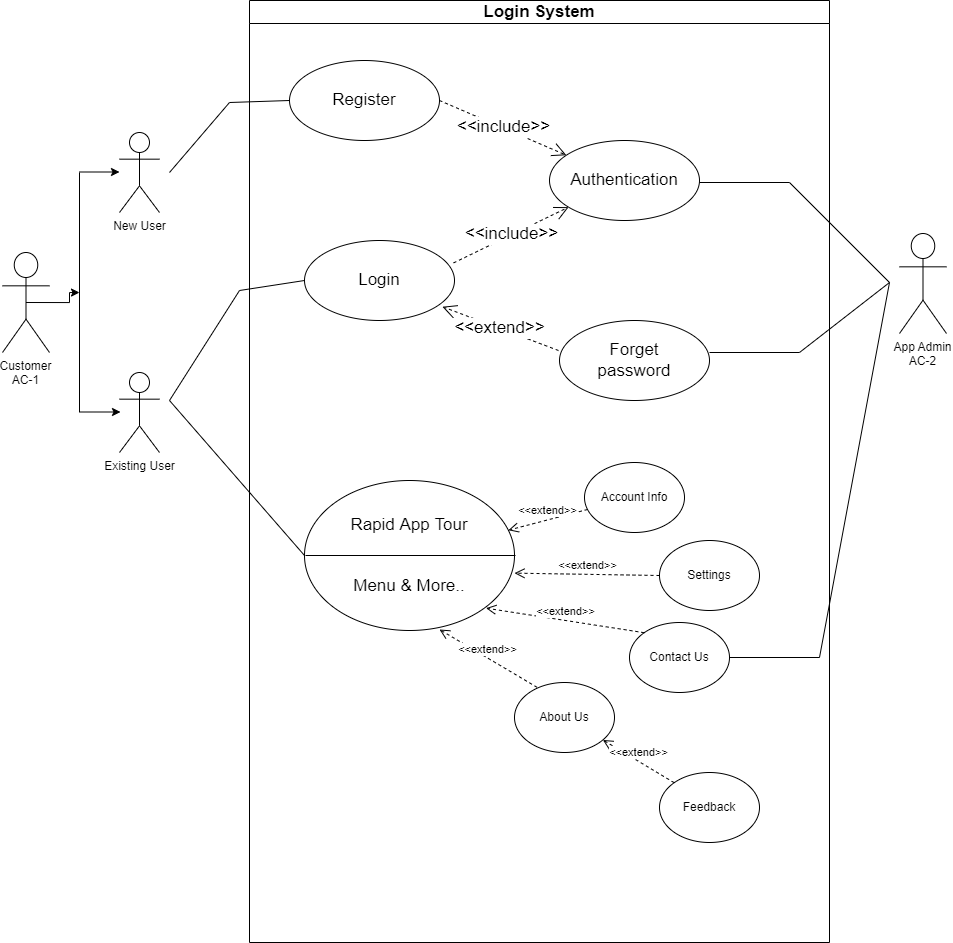
Before: Login_form.drawio.png, a diagram exported from draw.io (BhavishyaBhojwani/Event-Management-System). Source tidied: cells renumbered, new cells last; positions are measured from the earlier drawing's top-left corner, leaving out a move shared by most shapes. Its diagram source:
```xml
<mxGraphModel>
  <root>
    <mxCell id="0" />
    <mxCell id="1" parent="0" />
    <mxCell id="2" style="edgeStyle=orthogonalEdgeStyle;rounded=0;jettySize=auto;html=1;exitX=0.5;exitY=0.5;exitDx=0;exitDy=0;exitPerimeter=0;" parent="1" edge="1" source="3">
      <mxGeometry relative="1" as="geometry">
        <mxPoint x="77" y="292" as="targetPoint" />
      </mxGeometry>
    </mxCell>
    <mxCell id="3" value="Customer&#10;AC-1" style="shape=umlActor;verticalLabelPosition=bottom;verticalAlign=top;outlineConnect=0;" parent="1" vertex="1">
      <mxGeometry y="252" width="47" height="100" as="geometry" />
    </mxCell>
    <mxCell id="4" value="New User" style="shape=umlActor;verticalLabelPosition=bottom;verticalAlign=top;html=1;" parent="1" vertex="1">
      <mxGeometry x="117" y="132" width="40" height="80" as="geometry" />
    </mxCell>
    <mxCell id="5" value="Existing User" style="shape=umlActor;verticalLabelPosition=bottom;verticalAlign=top;html=1;" parent="1" vertex="1">
      <mxGeometry x="117" y="372" width="40" height="80" as="geometry" />
    </mxCell>
    <mxCell id="6" style="endArrow=none;html=1;rounded=0;" parent="1" edge="1">
      <mxGeometry relative="1" as="geometry">
        <mxPoint x="77" y="412" as="sourcePoint" />
        <mxPoint x="77" y="172" as="targetPoint" />
      </mxGeometry>
    </mxCell>
    <mxCell id="7" style="endArrow=classic;html=1;rounded=0;" parent="1" edge="1">
      <mxGeometry relative="1" as="geometry">
        <mxPoint x="77" y="171.5" as="sourcePoint" />
        <mxPoint x="117" y="171.5" as="targetPoint" />
      </mxGeometry>
    </mxCell>
    <mxCell id="8" style="endArrow=classic;html=1;rounded=0;" parent="1" edge="1">
      <mxGeometry relative="1" as="geometry">
        <mxPoint x="78" y="411.5" as="sourcePoint" />
        <mxPoint x="118" y="411.5" as="targetPoint" />
      </mxGeometry>
    </mxCell>
    <mxCell id="9" value="&lt;font style=&quot;font-size: 17px;&quot;&gt;Login System&lt;/font&gt;" style="swimlane;whiteSpace=wrap;html=1;align=center;startSize=23;" parent="1" vertex="1">
      <mxGeometry x="247" width="580" height="942" as="geometry" />
    </mxCell>
    <mxCell id="10" value="Register" style="ellipse;whiteSpace=wrap;html=1;fontSize=17;" parent="9" vertex="1">
      <mxGeometry x="40" y="60" width="150" height="80" as="geometry" />
    </mxCell>
    <mxCell id="11" value="Login" style="ellipse;whiteSpace=wrap;html=1;fontSize=17;" parent="9" vertex="1">
      <mxGeometry x="55" y="240" width="150" height="80" as="geometry" />
    </mxCell>
    <mxCell id="12" value="Authentication" style="ellipse;whiteSpace=wrap;html=1;fontSize=17;" parent="9" vertex="1">
      <mxGeometry x="300" y="140" width="150" height="80" as="geometry" />
    </mxCell>
    <mxCell id="13" value="Forget&lt;br&gt;password" style="ellipse;whiteSpace=wrap;html=1;fontSize=17;" parent="9" vertex="1">
      <mxGeometry x="310" y="320" width="150" height="80" as="geometry" />
    </mxCell>
    <mxCell id="14" value="&amp;lt;&amp;lt;include&amp;gt;&amp;gt;" style="endArrow=open;endSize=12;dashed=1;html=1;rounded=0;fontSize=17;exitX=0.994;exitY=0.28;exitDx=0;exitDy=0;exitPerimeter=0;" parent="9" edge="1" source="11" target="12">
      <mxGeometry relative="1" as="geometry" />
    </mxCell>
    <mxCell id="15" value="&amp;lt;&amp;lt;include&amp;gt;&amp;gt;" style="endArrow=open;endSize=12;dashed=1;html=1;rounded=0;fontSize=17;exitX=1;exitY=0.5;exitDx=0;exitDy=0;" parent="9" edge="1" source="10" target="12">
      <mxGeometry relative="1" as="geometry" />
    </mxCell>
    <mxCell id="16" value="&amp;lt;&amp;lt;extend&amp;gt;&amp;gt;" style="endArrow=open;endSize=12;dashed=1;html=1;rounded=0;fontSize=17;entryX=0.926;entryY=0.828;entryDx=0;entryDy=0;entryPerimeter=0;" parent="9" edge="1">
      <mxGeometry relative="1" as="geometry">
        <mxPoint x="309" y="350" as="sourcePoint" />
        <mxPoint x="192.9" y="306.2" as="targetPoint" />
      </mxGeometry>
    </mxCell>
    <mxCell id="17" style="endArrow=none;html=1;rounded=0;fontSize=17;" parent="9" edge="1">
      <mxGeometry relative="1" as="geometry">
        <mxPoint x="-80" y="172" as="sourcePoint" />
        <mxPoint x="40" y="100" as="targetPoint" />
        <Array as="points">
          <mxPoint x="-20" y="102" />
        </Array>
      </mxGeometry>
    </mxCell>
    <mxCell id="18" style="endArrow=none;html=1;rounded=0;fontSize=17;exitX=0;exitY=0.5;exitDx=0;exitDy=0;" parent="9" edge="1" source="19">
      <mxGeometry relative="1" as="geometry">
        <mxPoint x="55" y="280" as="targetPoint" />
        <Array as="points">
          <mxPoint x="-80" y="400" />
          <mxPoint x="-10" y="290" />
        </Array>
      </mxGeometry>
    </mxCell>
    <mxCell id="19" value="Rapid App Tour&lt;br&gt;&lt;br&gt;&lt;br&gt;Menu &amp;amp; More.." style="ellipse;whiteSpace=wrap;html=1;fontSize=17;" parent="9" vertex="1">
      <mxGeometry x="55" y="480" width="210" height="150" as="geometry" />
    </mxCell>
    <mxCell id="20" style="endArrow=none;html=1;rounded=0;exitX=0;exitY=0.5;exitDx=0;exitDy=0;entryX=1;entryY=0.5;entryDx=0;entryDy=0;" parent="9" edge="1">
      <mxGeometry relative="1" as="geometry">
        <mxPoint x="56" y="555" as="sourcePoint" />
        <mxPoint x="266" y="555" as="targetPoint" />
      </mxGeometry>
    </mxCell>
    <mxCell id="21" value="&amp;lt;&amp;lt;extend&amp;gt;&amp;gt;" style="html=1;verticalAlign=bottom;endArrow=open;dashed=1;endSize=8;rounded=0;" parent="9" edge="1" source="22" target="19">
      <mxGeometry relative="1" as="geometry" />
    </mxCell>
    <mxCell id="22" value="Account Info" style="ellipse;whiteSpace=wrap;html=1;" parent="9" vertex="1">
      <mxGeometry x="335" y="462" width="100" height="70" as="geometry" />
    </mxCell>
    <mxCell id="23" value="Settings" style="ellipse;whiteSpace=wrap;html=1;" parent="9" vertex="1">
      <mxGeometry x="410" y="540" width="100" height="70" as="geometry" />
    </mxCell>
    <mxCell id="24" value="Contact Us" style="ellipse;whiteSpace=wrap;html=1;" parent="9" vertex="1">
      <mxGeometry x="380" y="622" width="100" height="70" as="geometry" />
    </mxCell>
    <mxCell id="25" value="About Us" style="ellipse;whiteSpace=wrap;html=1;" parent="9" vertex="1">
      <mxGeometry x="265" y="682" width="100" height="70" as="geometry" />
    </mxCell>
    <mxCell id="26" value="&amp;lt;&amp;lt;extend&amp;gt;&amp;gt;" style="html=1;verticalAlign=bottom;endArrow=open;dashed=1;endSize=8;rounded=0;exitX=0;exitY=0.5;exitDx=0;exitDy=0;" parent="9" edge="1" source="23">
      <mxGeometry relative="1" as="geometry">
        <mxPoint x="265" y="572.6" as="targetPoint" />
      </mxGeometry>
    </mxCell>
    <mxCell id="27" value="&amp;lt;&amp;lt;extend&amp;gt;&amp;gt;" style="html=1;verticalAlign=bottom;endArrow=open;dashed=1;endSize=8;rounded=0;exitX=0;exitY=0;exitDx=0;exitDy=0;" parent="9" edge="1" source="24">
      <mxGeometry relative="1" as="geometry">
        <mxPoint x="236.5" y="607.6" as="targetPoint" />
      </mxGeometry>
    </mxCell>
    <mxCell id="28" value="&amp;lt;&amp;lt;extend&amp;gt;&amp;gt;" style="html=1;verticalAlign=bottom;endArrow=open;dashed=1;endSize=8;rounded=0;exitX=0.226;exitY=0.069;exitDx=0;exitDy=0;exitPerimeter=0;" parent="9" edge="1" source="25">
      <mxGeometry relative="1" as="geometry">
        <mxPoint x="190" y="629" as="targetPoint" />
      </mxGeometry>
    </mxCell>
    <mxCell id="29" value="Feedback" style="ellipse;whiteSpace=wrap;html=1;" parent="9" vertex="1">
      <mxGeometry x="410" y="772" width="100" height="70" as="geometry" />
    </mxCell>
    <mxCell id="30" value="&amp;lt;&amp;lt;extend&amp;gt;&amp;gt;" style="html=1;verticalAlign=bottom;endArrow=open;dashed=1;endSize=8;rounded=0;exitX=0;exitY=0;exitDx=0;exitDy=0;" parent="9" edge="1" source="29" target="25">
      <mxGeometry relative="1" as="geometry" />
    </mxCell>
    <mxCell id="31" style="endArrow=none;html=1;rounded=0;" parent="9" edge="1">
      <mxGeometry relative="1" as="geometry">
        <mxPoint x="450" y="182" as="sourcePoint" />
        <mxPoint x="460" y="352" as="targetPoint" />
        <Array as="points">
          <mxPoint x="540" y="182" />
          <mxPoint x="640" y="282" />
          <mxPoint x="550" y="352" />
        </Array>
      </mxGeometry>
    </mxCell>
    <mxCell id="32" value="App Admin&#10;AC-2" style="shape=umlActor;verticalLabelPosition=bottom;verticalAlign=top;" parent="1" vertex="1">
      <mxGeometry x="897" y="233" width="47" height="100" as="geometry" />
    </mxCell>
    <mxCell id="33" style="endArrow=none;html=1;rounded=0;exitX=1;exitY=0.5;exitDx=0;exitDy=0;" parent="1" edge="1" source="24">
      <mxGeometry relative="1" as="geometry">
        <mxPoint x="887" y="282" as="targetPoint" />
        <Array as="points">
          <mxPoint x="817" y="657" />
        </Array>
      </mxGeometry>
    </mxCell>
  </root>
</mxGraphModel>
```
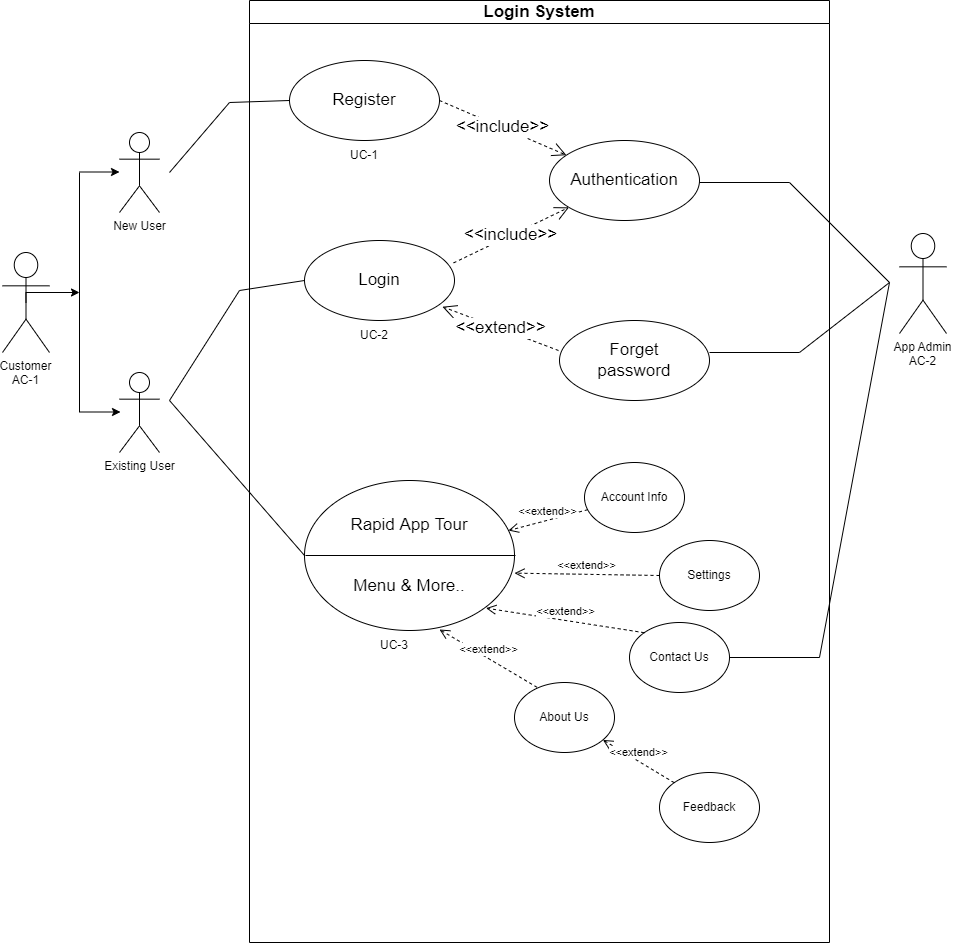
Later version of the same file.

The edit, as a diff of the source:
```diff
@@ -5,6 +5,9 @@
     <mxCell id="2" style="edgeStyle=orthogonalEdgeStyle;rounded=0;jettySize=auto;html=1;exitX=0.5;exitY=0.5;exitDx=0;exitDy=0;exitPerimeter=0;" parent="1" edge="1" source="3">
       <mxGeometry relative="1" as="geometry">
         <mxPoint x="77" y="292" as="targetPoint" />
+        <Array as="points">
+          <mxPoint x="24" y="292" />
+        </Array>
       </mxGeometry>
     </mxCell>
     <mxCell id="3" value="Customer&#10;AC-1" style="shape=umlActor;verticalLabelPosition=bottom;verticalAlign=top;outlineConnect=0;" parent="1" vertex="1">
@@ -135,6 +138,15 @@
         </Array>
       </mxGeometry>
     </mxCell>
+    <mxCell id="34" value="UC-1" style="text;html=1;strokeColor=none;fillColor=none;align=center;verticalAlign=middle;whiteSpace=wrap;rounded=0;" parent="9" vertex="1">
+      <mxGeometry x="85" y="140" width="60" height="30" as="geometry" />
+    </mxCell>
+    <mxCell id="35" value="UC-2" style="text;html=1;strokeColor=none;fillColor=none;align=center;verticalAlign=middle;whiteSpace=wrap;rounded=0;" parent="9" vertex="1">
+      <mxGeometry x="95" y="320" width="60" height="30" as="geometry" />
+    </mxCell>
+    <mxCell id="36" value="UC-3" style="text;html=1;strokeColor=none;fillColor=none;align=center;verticalAlign=middle;whiteSpace=wrap;rounded=0;" parent="9" vertex="1">
+      <mxGeometry x="115" y="630" width="60" height="30" as="geometry" />
+    </mxCell>
     <mxCell id="32" value="App Admin&#10;AC-2" style="shape=umlActor;verticalLabelPosition=bottom;verticalAlign=top;" parent="1" vertex="1">
       <mxGeometry x="897" y="233" width="47" height="100" as="geometry" />
     </mxCell>
```
